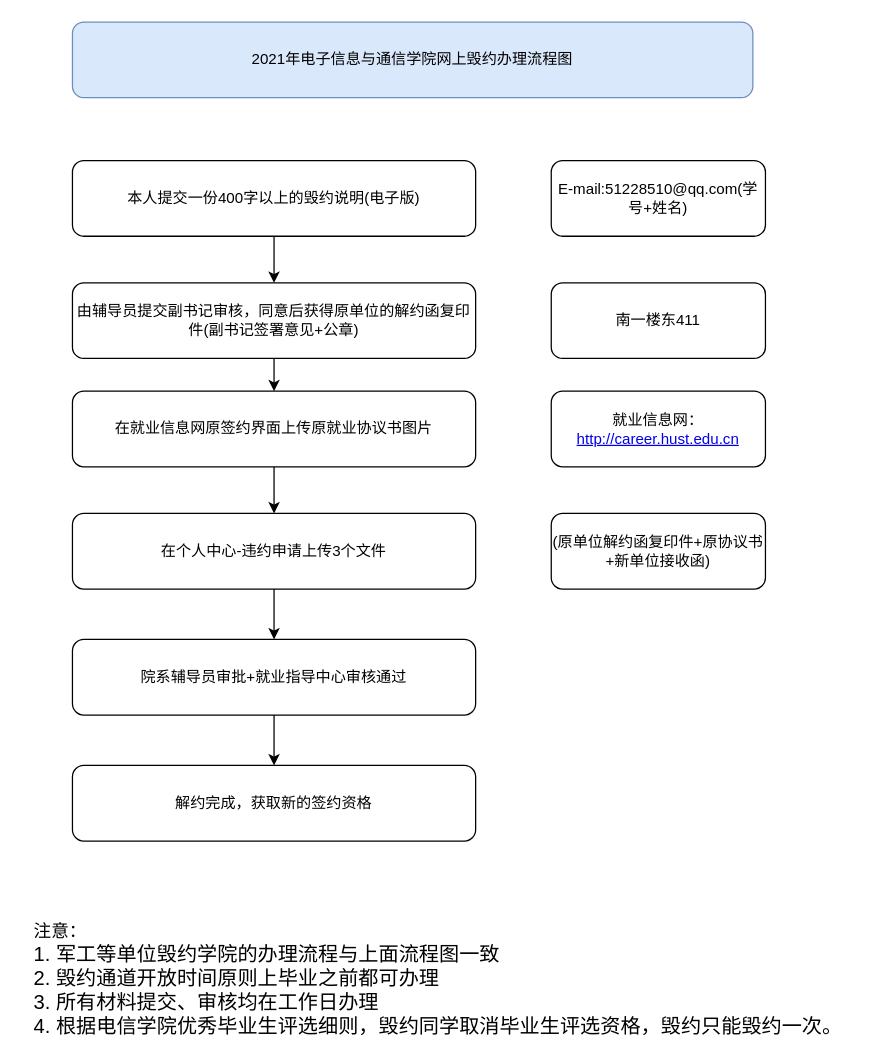
Above: 毕业生网上毁约办理流程图.drawio in muguang123/drwaio (draw.io), before the change. Source tidied: cells renumbered, new cells numbered last; positions are measured from the earlier drawing's top-left corner, leaving out a move shared by most shapes. Both pictures are drawn from the tidied source at 126%, with x=0, y=0 at pixel (21, 21).
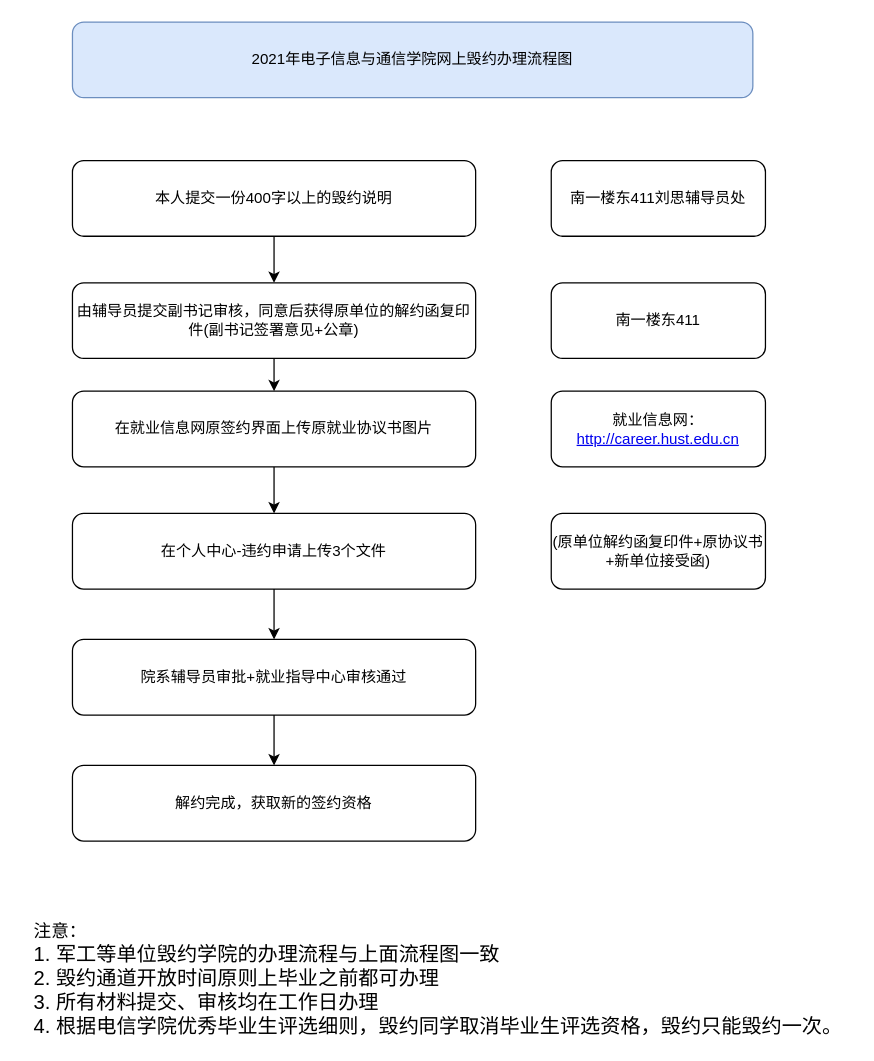
After the change.

Commit message:
Update 毕业生网上毁约办理流程图.drawio

Diff of the diagram source:
```diff
@@
 <mxGraphModel>
   <root>
     <mxCell id="0" />
     <mxCell id="1" parent="0" />
     <mxCell id="2" value="2021年电子信息与通信学院网上毁约办理流程图" style="rounded=1;whiteSpace=wrap;html=1;fillColor=#dae8fc;strokeColor=#6c8ebf;" parent="1" vertex="1">
       <mxGeometry x="40" width="540" height="60" as="geometry" />
     </mxCell>
     <mxCell id="3" style="edgeStyle=orthogonalEdgeStyle;rounded=0;jettySize=auto;html=1;exitX=0.5;exitY=1;exitDx=0;exitDy=0;entryX=0.5;entryY=0;entryDx=0;entryDy=0;" parent="1" edge="1" source="4" target="13">
       <mxGeometry relative="1" as="geometry" />
     </mxCell>
-    <mxCell id="4" value="本人提交一份400字以上的毁约说明(电子版)" style="rounded=1;whiteSpace=wrap;html=1;" parent="1" vertex="1">
+    <mxCell id="4" value="本人提交一份400字以上的毁约说明" style="rounded=1;whiteSpace=wrap;html=1;" parent="1" vertex="1">
       <mxGeometry x="40" y="110" width="320" height="60" as="geometry" />
     </mxCell>
     <mxCell id="5" style="edgeStyle=orthogonalEdgeStyle;rounded=0;jettySize=auto;html=1;exitX=0.5;exitY=1;exitDx=0;exitDy=0;" parent="1" edge="1" source="6" target="8">
       <mxGeometry relative="1" as="geometry" />
     </mxCell>
     <mxCell id="6" value="在就业信息网原签约界面上传原就业协议书图片" style="rounded=1;whiteSpace=wrap;html=1;" parent="1" vertex="1">
       <mxGeometry x="40" y="293" width="320" height="60" as="geometry" />
     </mxCell>
     <mxCell id="7" style="edgeStyle=orthogonalEdgeStyle;rounded=0;jettySize=auto;html=1;exitX=0.5;exitY=1;exitDx=0;exitDy=0;" parent="1" edge="1" source="8" target="10">
       <mxGeometry relative="1" as="geometry" />
     </mxCell>
     <mxCell id="8" value="在个人中心-违约申请上传3个文件" style="rounded=1;whiteSpace=wrap;html=1;" parent="1" vertex="1">
       <mxGeometry x="40" y="390" width="320" height="60" as="geometry" />
     </mxCell>
     <mxCell id="9" style="edgeStyle=orthogonalEdgeStyle;rounded=0;jettySize=auto;html=1;exitX=0.5;exitY=1;exitDx=0;exitDy=0;entryX=0.5;entryY=0;entryDx=0;entryDy=0;" parent="1" edge="1" source="10" target="11">
       <mxGeometry relative="1" as="geometry" />
     </mxCell>
     <mxCell id="10" value="院系辅导员审批+就业指导中心审核通过" style="rounded=1;whiteSpace=wrap;html=1;" parent="1" vertex="1">
       <mxGeometry x="40" y="490" width="320" height="60" as="geometry" />
     </mxCell>
     <mxCell id="11" value="解约完成，获取新的签约资格" style="rounded=1;whiteSpace=wrap;html=1;" parent="1" vertex="1">
       <mxGeometry x="40" y="590" width="320" height="60" as="geometry" />
     </mxCell>
     <mxCell id="12" style="edgeStyle=orthogonalEdgeStyle;rounded=0;jettySize=auto;html=1;exitX=0.5;exitY=1;exitDx=0;exitDy=0;entryX=0.5;entryY=0;entryDx=0;entryDy=0;" parent="1" edge="1" source="13" target="6">
       <mxGeometry relative="1" as="geometry" />
     </mxCell>
     <mxCell id="13" value="由辅导员提交副书记审核，同意后获得原单位的解约函复印件(副书记签署意见+公章)" style="rounded=1;whiteSpace=wrap;html=1;" parent="1" vertex="1">
       <mxGeometry x="40" y="207" width="320" height="60" as="geometry" />
     </mxCell>
-    <mxCell id="14" value="E-mail:51228510@qq.com(学号+姓名)" style="rounded=1;whiteSpace=wrap;html=1;" parent="1" vertex="1">
+    <mxCell id="14" value="南一楼东411刘思辅导员处" style="rounded=1;whiteSpace=wrap;html=1;" parent="1" vertex="1">
       <mxGeometry x="420" y="110" width="170" height="60" as="geometry" />
     </mxCell>
     <mxCell id="15" value="南一楼东411" style="rounded=1;whiteSpace=wrap;html=1;" parent="1" vertex="1">
       <mxGeometry x="420" y="207" width="170" height="60" as="geometry" />
     </mxCell>
     <mxCell id="16" value="就业信息网：&lt;a href=&quot;http://career.hust.edu.cn/&quot;&gt;http://career.hust.edu.cn&lt;/a&gt;" style="rounded=1;whiteSpace=wrap;html=1;" parent="1" vertex="1">
       <mxGeometry x="420" y="293" width="170" height="60" as="geometry" />
     </mxCell>
-    <mxCell id="17" value="&lt;span style=&quot;font-family: &amp;#34;helvetica&amp;#34;&quot;&gt;(原单位解约函复印件+原协议书+新单位接收函)&lt;/span&gt;" style="rounded=1;whiteSpace=wrap;html=1;" parent="1" vertex="1">
+    <mxCell id="17" value="&lt;span style=&quot;font-family: &amp;#34;helvetica&amp;#34;&quot;&gt;(原单位解约函复印件+原协议书+新单位接受函)&lt;/span&gt;" style="rounded=1;whiteSpace=wrap;html=1;" parent="1" vertex="1">
       <mxGeometry x="420" y="390" width="170" height="60" as="geometry" />
     </mxCell>
     <mxCell id="18" value="&lt;div style=&quot;text-align: left&quot;&gt;&lt;span&gt;&lt;font style=&quot;font-size: 14px&quot;&gt;注意：&lt;/font&gt;&lt;/span&gt;&lt;/div&gt;&lt;div style=&quot;text-align: left&quot;&gt;&lt;span&gt;&lt;font size=&quot;3&quot;&gt;1. 军工等单位毁约学院的办理流程与上面流程图一致&lt;/font&gt;&lt;/span&gt;&lt;/div&gt;&lt;div style=&quot;text-align: left&quot;&gt;&lt;span&gt;&lt;font size=&quot;3&quot;&gt;2. 毁约通道开放时间原则上毕业之前都可办理&lt;/font&gt;&lt;/span&gt;&lt;/div&gt;&lt;div style=&quot;text-align: left&quot;&gt;&lt;span&gt;&lt;font size=&quot;3&quot;&gt;3. 所有材料提交、审核均在工作日办理&lt;/font&gt;&lt;/span&gt;&lt;/div&gt;&lt;div style=&quot;text-align: left&quot;&gt;&lt;span&gt;&lt;font size=&quot;3&quot;&gt;4. 根据电信学院优秀毕业生评选细则，毁约同学取消毕业生评选资格，毁约只能毁约一次。&lt;/font&gt;&lt;/span&gt;&lt;/div&gt;" style="text;html=1;align=center;verticalAlign=middle;" parent="1" vertex="1">
       <mxGeometry y="720" width="660" height="80" as="geometry" />
     </mxCell>
   </root>
 </mxGraphModel>
```
